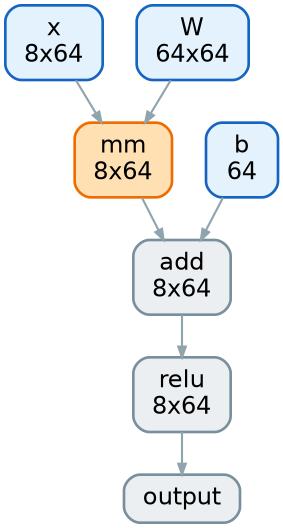
Earlier version of the Graphviz export etc/graphviz/simple_graph.png (panther03/kuiLLM). Its source is kept beside it as etc/graphviz/simple_graph.dot.
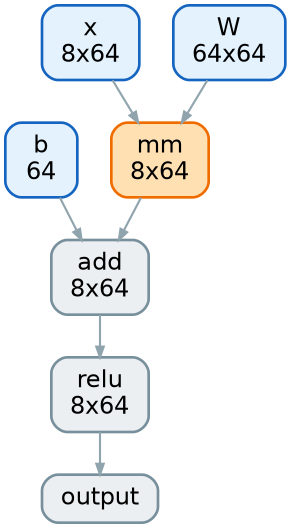
The same diagram one commit later.

Commit message:
Put the highlighted op on the right of the slide graph

What changed in the source:
```diff
@@ -2,17 +2,17 @@
   graph [rankdir=TB, dpi=96, nodesep=0.35, ranksep=0.45, bgcolor="white"];
   node [shape=box, style="rounded,filled", fontname="Helvetica", fontsize=18, margin="0.20,0.11", penwidth=2.0];
   edge [color="#90a4ae", arrowsize=0.8, penwidth=1.6];
-  "x_1" [label="x\n8x64", fillcolor="#e3f2fd", color="#1565c0"];
-  "w_1" [label="W\n64x64", fillcolor="#e3f2fd", color="#1565c0"];
   "b_1" [label="b\n64", fillcolor="#e3f2fd", color="#1565c0"];
   "mm" [label="mm\n8x64", fillcolor="#ffe0b2", color="#ef6c00"];
   "x_1" -> "mm";
   "w_1" -> "mm";
   "add" [label="add\n8x64", fillcolor="#eceff1", color="#78909c"];
+  "b_1" -> "add";
   "mm" -> "add";
-  "b_1" -> "add";
   "relu" [label="relu\n8x64", fillcolor="#eceff1", color="#78909c"];
   "add" -> "relu";
   "output" [label="output", fillcolor="#eceff1", color="#78909c"];
   "relu" -> "output";
+  "x_1" [label="x\n8x64", fillcolor="#e3f2fd", color="#1565c0"];
+  "w_1" [label="W\n64x64", fillcolor="#e3f2fd", color="#1565c0"];
 }
```
